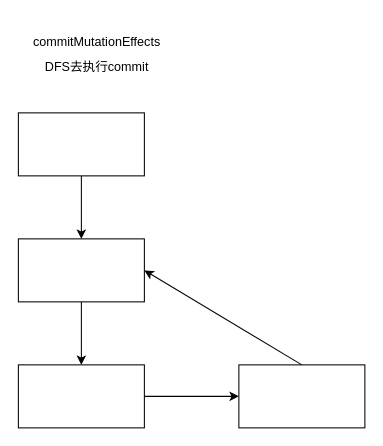
Earlier version of the draw.io diagram 未命名绘图.drawio (StoryKing123/draw-io). Source tidied: cells renumbered, new cells numbered last; positions are measured from the earlier drawing's top-left corner, leaving out a move shared by most shapes. Both pictures are drawn from the tidied source at 105%, with x=0, y=0 at pixel (18, 18).
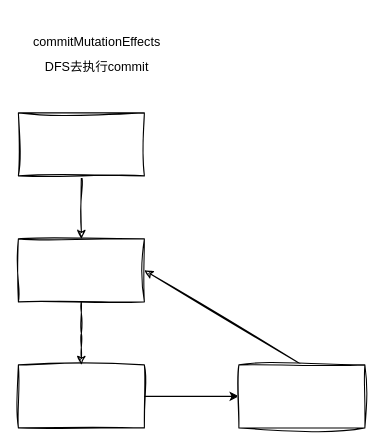
After the change.

Commit message (it also covers changes not shown here):
更新未命名绘图.drawio

The edit, as a diff of the source:
```diff
@@
 <mxGraphModel>
   <root>
     <mxCell id="0" />
     <mxCell id="1" parent="0" />
-    <mxCell id="2" style="edgeStyle=orthogonalEdgeStyle;rounded=0;jettySize=auto;html=1;" parent="1" edge="1" source="3" target="5">
+    <mxCell id="2" style="edgeStyle=orthogonalEdgeStyle;rounded=0;jettySize=auto;html=1;sketch=1;curveFitting=1;jiggle=2;" parent="1" edge="1" source="3" target="5">
       <mxGeometry relative="1" as="geometry" />
     </mxCell>
-    <mxCell id="3" style="rounded=0;whiteSpace=wrap;html=1;" parent="1" vertex="1">
+    <mxCell id="3" style="rounded=0;whiteSpace=wrap;html=1;sketch=1;curveFitting=1;jiggle=2;" parent="1" vertex="1">
       <mxGeometry y="90" width="120" height="60" as="geometry" />
     </mxCell>
-    <mxCell id="4" style="edgeStyle=orthogonalEdgeStyle;rounded=0;jettySize=auto;html=1;entryX=0.5;entryY=0;entryDx=0;entryDy=0;" parent="1" edge="1" source="5" target="7">
-      <mxGeometry relative="1" as="geometry" />
+    <mxCell id="4" style="edgeStyle=orthogonalEdgeStyle;rounded=0;jettySize=auto;html=1;entryX=0.5;entryY=0;entryDx=0;entryDy=0;sketch=1;curveFitting=1;jiggle=2;" parent="1" edge="1" source="5" target="7">
+      <mxGeometry relative="1" as="geometry">
+        <Array as="points">
+          <mxPoint x="60" y="300" />
+          <mxPoint x="60" y="300" />
+        </Array>
+      </mxGeometry>
     </mxCell>
-    <mxCell id="5" style="rounded=0;whiteSpace=wrap;html=1;" parent="1" vertex="1">
+    <mxCell id="5" style="rounded=0;whiteSpace=wrap;html=1;sketch=1;curveFitting=1;jiggle=2;" parent="1" vertex="1">
       <mxGeometry y="210" width="120" height="60" as="geometry" />
     </mxCell>
     <mxCell id="6" style="edgeStyle=orthogonalEdgeStyle;rounded=0;jettySize=auto;html=1;entryX=0;entryY=0.5;entryDx=0;entryDy=0;" parent="1" edge="1" source="7" target="9">
       <mxGeometry relative="1" as="geometry" />
     </mxCell>
-    <mxCell id="7" style="rounded=0;whiteSpace=wrap;html=1;" parent="1" vertex="1">
+    <mxCell id="7" style="rounded=0;whiteSpace=wrap;html=1;sketch=1;curveFitting=1;jiggle=2;" parent="1" vertex="1">
       <mxGeometry y="330" width="120" height="60" as="geometry" />
     </mxCell>
-    <mxCell id="8" style="jettySize=auto;html=1;entryX=1;entryY=0.5;entryDx=0;entryDy=0;rounded=0;exitX=0.5;exitY=0;exitDx=0;exitDy=0;" parent="1" edge="1" source="9" target="5">
+    <mxCell id="8" style="jettySize=auto;html=1;entryX=1;entryY=0.5;entryDx=0;entryDy=0;rounded=0;exitX=0.5;exitY=0;exitDx=0;exitDy=0;sketch=1;curveFitting=1;jiggle=2;" parent="1" edge="1" source="9" target="5">
       <mxGeometry relative="1" as="geometry" />
     </mxCell>
-    <mxCell id="9" style="rounded=0;whiteSpace=wrap;html=1;" parent="1" vertex="1">
+    <mxCell id="9" style="rounded=0;whiteSpace=wrap;html=1;glass=0;sketch=1;curveFitting=1;jiggle=2;" parent="1" vertex="1">
       <mxGeometry x="210" y="330" width="120" height="60" as="geometry" />
     </mxCell>
     <mxCell id="10" value="&lt;div class=&quot;lake-content&quot;&gt;&lt;p style=&quot;margin: 0; padding: 0; min-height: 24px&quot; class=&quot;ne-p&quot; id=&quot;ue68f30f5&quot;&gt;commitMutationEffects&lt;/p&gt;&lt;/div&gt;DFS去执行commit" style="text;html=1;strokeColor=none;fillColor=none;align=center;verticalAlign=middle;whiteSpace=wrap;rounded=0;" parent="1" vertex="1">
       <mxGeometry width="150" height="70" as="geometry" />
     </mxCell>
   </root>
 </mxGraphModel>
```
